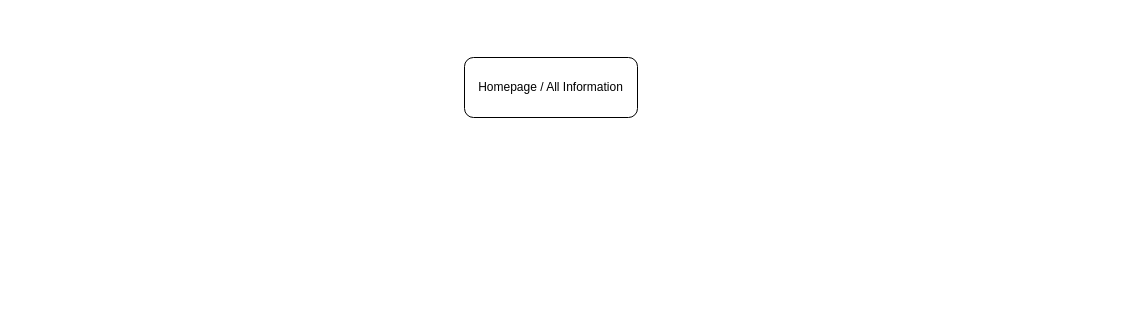
The draw.io diagram user_site_map_record_shop.drawio in cjmcauley/record_shop_inventory_project, before the edit. Source tidied: cells renumbered, new cells numbered last; positions are measured from the earlier drawing's top-left corner, leaving out a move shared by most shapes. Both pictures are drawn from the tidied source at 100%, with x=0, y=0 at pixel (464, 57).
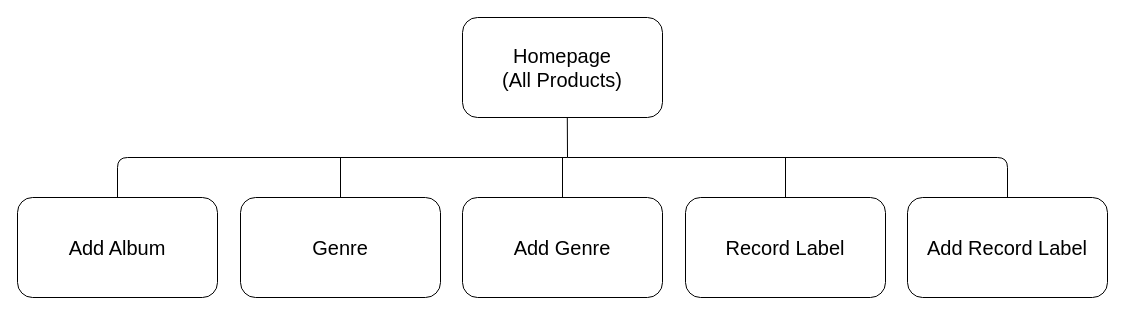
The same diagram, later.

Diff of the diagram source:
```diff
@@
 <mxGraphModel>
   <root>
     <mxCell id="0" />
     <mxCell id="1" parent="0" />
-    <mxCell id="2" value="Homepage / All Information" style="rounded=1;whiteSpace=wrap;html=1;" parent="1" vertex="1">
-      <mxGeometry width="173" height="60" as="geometry" />
-    </mxCell>
+    <mxCell id="3" value="&lt;font style=&quot;font-size: 20px&quot;&gt;Homepage&lt;br&gt;(All Products)&lt;/font&gt;" style="rounded=1;whiteSpace=wrap;html=1;" parent="1" vertex="1">
+      <mxGeometry x="-2" y="-40" width="200" height="100" as="geometry" />
+    </mxCell>
+    <mxCell id="4" value="&lt;span style=&quot;font-size: 20px&quot;&gt;Add Album&lt;/span&gt;" style="rounded=1;whiteSpace=wrap;html=1;" parent="1" vertex="1">
+      <mxGeometry x="-447" y="140" width="200" height="100" as="geometry" />
+    </mxCell>
+    <mxCell id="5" value="&lt;span style=&quot;font-size: 20px ; white-space: normal&quot;&gt;Add Genre&lt;/span&gt;" style="rounded=1;whiteSpace=wrap;html=1;" parent="1" vertex="1">
+      <mxGeometry x="-2" y="140" width="200" height="100" as="geometry" />
+    </mxCell>
+    <mxCell id="6" value="&lt;span style=&quot;font-size: 20px&quot;&gt;Record Label&lt;/span&gt;" style="rounded=1;whiteSpace=wrap;html=1;" parent="1" vertex="1">
+      <mxGeometry x="221" y="140" width="200" height="100" as="geometry" />
+    </mxCell>
+    <mxCell id="7" value="&lt;span style=&quot;font-size: 20px&quot;&gt;Genre&lt;/span&gt;" style="rounded=1;whiteSpace=wrap;html=1;" parent="1" vertex="1">
+      <mxGeometry x="-224" y="140" width="200" height="100" as="geometry" />
+    </mxCell>
+    <mxCell id="8" value="&lt;font style=&quot;font-size: 20px&quot;&gt;Add Record Label&lt;/font&gt;" style="rounded=1;whiteSpace=wrap;html=1;" parent="1" vertex="1">
+      <mxGeometry x="443" y="140" width="200" height="100" as="geometry" />
+    </mxCell>
+    <mxCell id="9" style="endArrow=none;html=1;exitX=0.524;exitY=0.995;exitDx=0;exitDy=0;exitPerimeter=0;" parent="1" edge="1" source="3">
+      <mxGeometry relative="1" as="geometry">
+        <mxPoint x="103" y="100" as="targetPoint" />
+      </mxGeometry>
+    </mxCell>
+    <mxCell id="10" style="endArrow=none;html=1;exitX=0.5;exitY=0;exitDx=0;exitDy=0;" parent="1" edge="1" source="4">
+      <mxGeometry relative="1" as="geometry">
+        <mxPoint x="103" y="100" as="targetPoint" />
+        <Array as="points">
+          <mxPoint x="-347" y="100" />
+        </Array>
+      </mxGeometry>
+    </mxCell>
+    <mxCell id="11" style="endArrow=none;html=1;exitX=0.5;exitY=0;exitDx=0;exitDy=0;" parent="1" edge="1" source="8">
+      <mxGeometry relative="1" as="geometry">
+        <mxPoint x="103" y="100" as="targetPoint" />
+        <Array as="points">
+          <mxPoint x="543" y="100" />
+        </Array>
+      </mxGeometry>
+    </mxCell>
+    <mxCell id="12" style="endArrow=none;html=1;entryX=0.5;entryY=0;entryDx=0;entryDy=0;" parent="1" edge="1" target="6">
+      <mxGeometry relative="1" as="geometry">
+        <mxPoint x="321" y="100" as="sourcePoint" />
+      </mxGeometry>
+    </mxCell>
+    <mxCell id="13" style="endArrow=none;html=1;entryX=0.5;entryY=0;entryDx=0;entryDy=0;" parent="1" edge="1" target="7">
+      <mxGeometry relative="1" as="geometry">
+        <mxPoint x="-124" y="100" as="sourcePoint" />
+      </mxGeometry>
+    </mxCell>
+    <mxCell id="14" style="endArrow=none;html=1;exitX=0.5;exitY=0;exitDx=0;exitDy=0;" parent="1" edge="1" source="5">
+      <mxGeometry relative="1" as="geometry">
+        <mxPoint x="98" y="100" as="targetPoint" />
+      </mxGeometry>
+    </mxCell>
   </root>
 </mxGraphModel>
```
